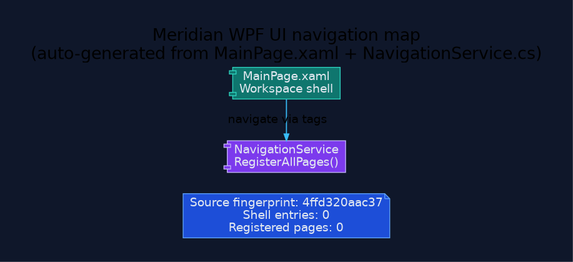
Before: docs/diagrams/ui-navigation-map.png, a diagram exported from Graphviz (rodoHasArrived/Meridian-main). Its source is kept beside it as docs/diagrams/ui-navigation-map.dot.
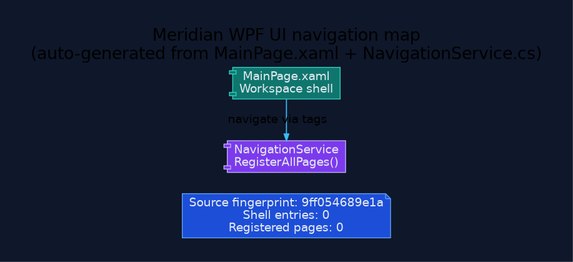
The same file after the commit.

Change to the diagram source:
```diff
@@ -13,7 +13,7 @@
   node [fontname="Segoe UI", shape=box, style="rounded,filled", color="#475569", fontcolor="#e2e8f0", fillcolor="#1e293b"];
   edge [fontname="Segoe UI", color="#94a3b8", penwidth=1.3, arrowsize=0.8];
 
-  generated [shape=note, fillcolor="#1d4ed8", color="#60a5fa", label="Source fingerprint: 4ffd320aac37\nShell entries: 0\nRegistered pages: 0"];
+  generated [shape=note, fillcolor="#1d4ed8", color="#60a5fa", label="Source fingerprint: 9ff054689e1a\nShell entries: 0\nRegistered pages: 0"];
   shell [shape=component, fillcolor="#0f766e", color="#2dd4bf", label="MainPage.xaml\nWorkspace shell"];
   navigation [shape=component, fillcolor="#7c3aed", color="#c4b5fd", label="NavigationService\nRegisterAllPages()"];
   shell -> navigation [label="navigate via tags", color="#38bdf8"];
```
